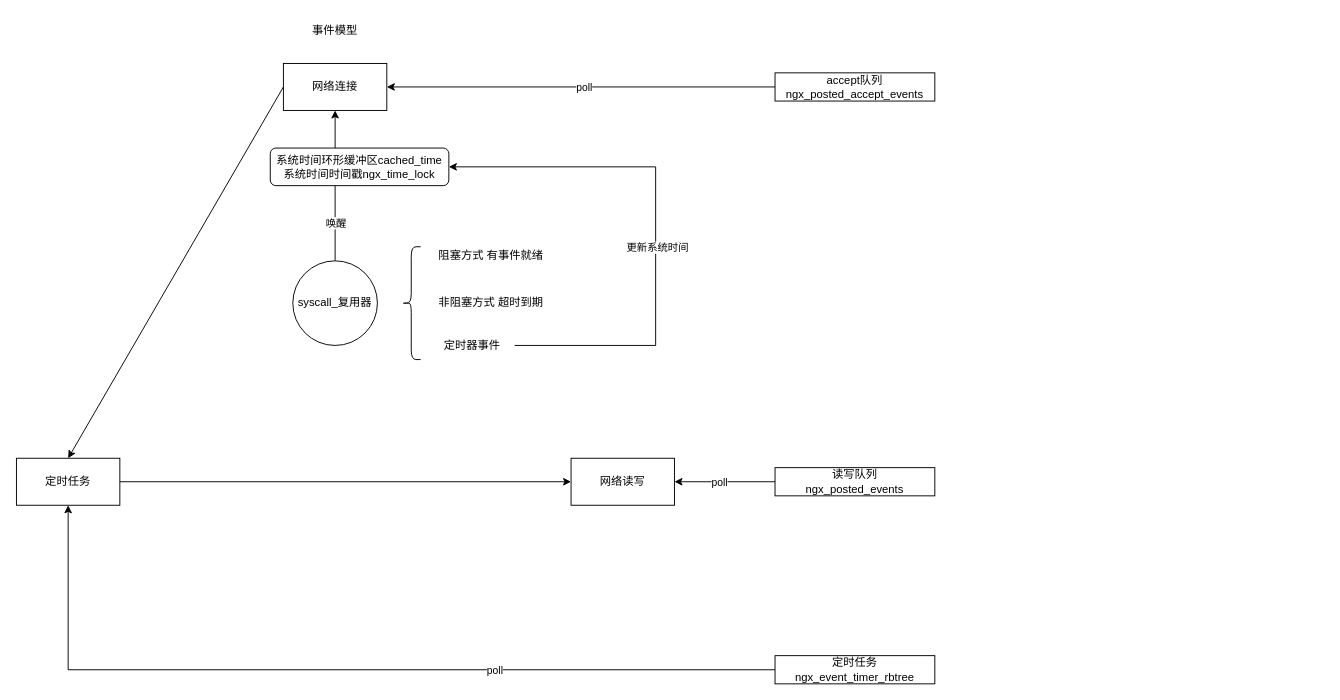
The draw.io diagram my_docs/nginx/event.drawio in Bannirui/Bannirui.github.io, before the edit. Source tidied: cells renumbered, new cells numbered last; positions are measured from the earlier drawing's top-left corner, leaving out a move shared by most shapes. Both pictures are drawn from the tidied source at 94%, with x=0, y=0 at pixel (16, 16).
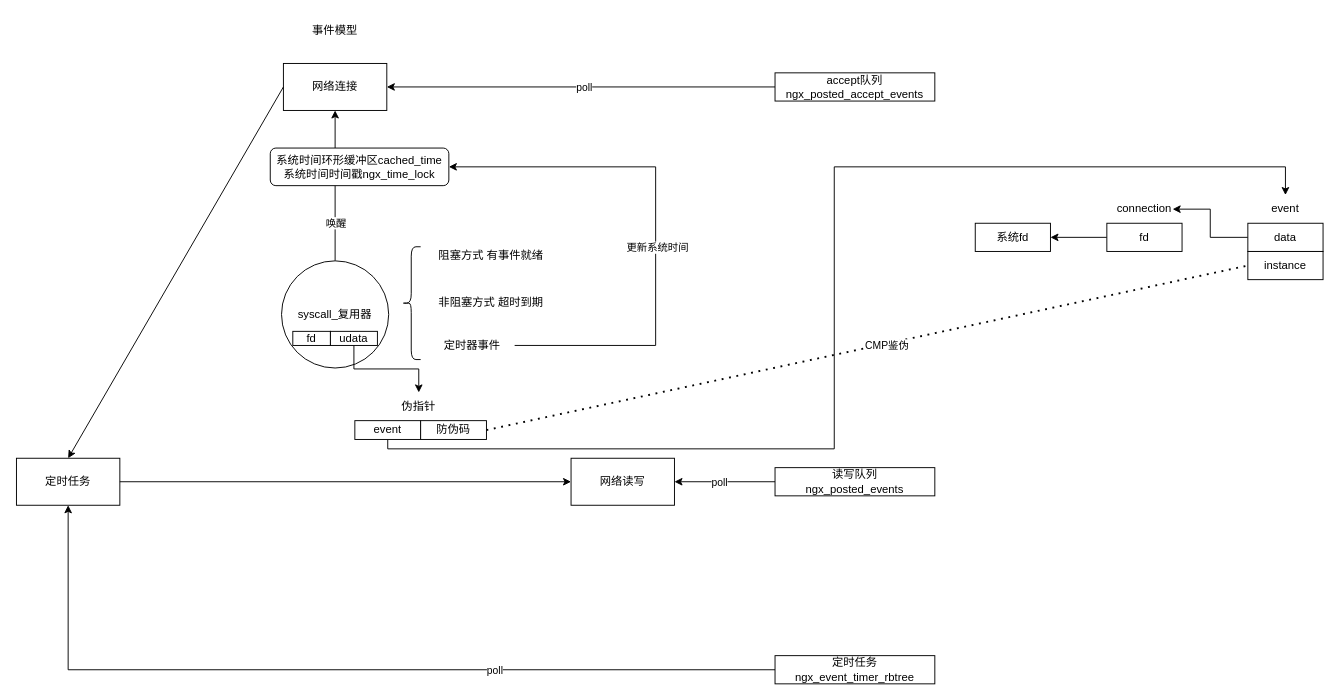
The same page after the edit.

Diff of the diagram source:
```diff
@@
     <mxCell id="8" value="syscall_复用器" style="ellipse;whiteSpace=wrap;html=1;" parent="1" vertex="1">
-      <mxGeometry x="294" y="260" width="90" height="90" as="geometry" />
+      <mxGeometry x="282" y="260" width="114" height="114" as="geometry" />
     </mxCell>
@@
+    <mxCell id="27" style="edgeStyle=orthogonalEdgeStyle;rounded=0;jettySize=auto;html=1;exitX=0;exitY=0.5;exitDx=0;exitDy=0;entryX=1;entryY=0.5;entryDx=0;entryDy=0;" parent="1" edge="1" source="28" target="33">
+      <mxGeometry relative="1" as="geometry" />
+    </mxCell>
+    <mxCell id="28" value="data" style="rounded=0;whiteSpace=wrap;html=1;" parent="1" vertex="1">
+      <mxGeometry x="1310" y="220" width="80" height="30" as="geometry" />
+    </mxCell>
+    <mxCell id="29" value="event" style="text;html=1;align=center;verticalAlign=middle;whiteSpace=wrap;rounded=0;" parent="1" vertex="1">
+      <mxGeometry x="1320" y="190" width="60" height="30" as="geometry" />
+    </mxCell>
+    <mxCell id="30" value="instance" style="rounded=0;whiteSpace=wrap;html=1;" parent="1" vertex="1">
+      <mxGeometry x="1310" y="250" width="80" height="30" as="geometry" />
+    </mxCell>
+    <mxCell id="31" style="edgeStyle=orthogonalEdgeStyle;rounded=0;jettySize=auto;html=1;exitX=0;exitY=0.5;exitDx=0;exitDy=0;entryX=1;entryY=0.5;entryDx=0;entryDy=0;" parent="1" edge="1" source="32" target="34">
+      <mxGeometry relative="1" as="geometry" />
+    </mxCell>
+    <mxCell id="32" value="fd" style="rounded=0;whiteSpace=wrap;html=1;" parent="1" vertex="1">
+      <mxGeometry x="1160" y="220" width="80" height="30" as="geometry" />
+    </mxCell>
+    <mxCell id="33" value="connection" style="text;html=1;align=center;verticalAlign=middle;whiteSpace=wrap;rounded=0;" parent="1" vertex="1">
+      <mxGeometry x="1170" y="190" width="60" height="30" as="geometry" />
+    </mxCell>
+    <mxCell id="34" value="系统fd" style="rounded=0;whiteSpace=wrap;html=1;" parent="1" vertex="1">
+      <mxGeometry x="1020" y="220" width="80" height="30" as="geometry" />
+    </mxCell>
+    <mxCell id="35" value="fd" style="rounded=0;whiteSpace=wrap;html=1;" parent="1" vertex="1">
+      <mxGeometry x="294" y="335" width="40" height="15" as="geometry" />
+    </mxCell>
+    <mxCell id="36" style="edgeStyle=orthogonalEdgeStyle;rounded=0;jettySize=auto;html=1;exitX=0.5;exitY=1;exitDx=0;exitDy=0;entryX=0.5;entryY=0;entryDx=0;entryDy=0;" parent="1" edge="1" source="37" target="41">
+      <mxGeometry relative="1" as="geometry" />
+    </mxCell>
+    <mxCell id="37" value="udata" style="rounded=0;whiteSpace=wrap;html=1;" parent="1" vertex="1">
+      <mxGeometry x="334" y="335" width="50" height="15" as="geometry" />
+    </mxCell>
+    <mxCell id="38" style="edgeStyle=orthogonalEdgeStyle;rounded=0;jettySize=auto;html=1;exitX=0.5;exitY=1;exitDx=0;exitDy=0;" parent="1" edge="1" source="39" target="29">
+      <mxGeometry relative="1" as="geometry">
+        <Array as="points">
+          <mxPoint x="395" y="460" />
+          <mxPoint x="870" y="460" />
+          <mxPoint x="870" y="160" />
+          <mxPoint x="1350" y="160" />
+        </Array>
+      </mxGeometry>
+    </mxCell>
+    <mxCell id="39" value="event" style="rounded=0;whiteSpace=wrap;html=1;" parent="1" vertex="1">
+      <mxGeometry x="360" y="430" width="70" height="20" as="geometry" />
+    </mxCell>
+    <mxCell id="40" value="防伪码" style="rounded=0;whiteSpace=wrap;html=1;" parent="1" vertex="1">
+      <mxGeometry x="430" y="430" width="70" height="20" as="geometry" />
+    </mxCell>
+    <mxCell id="41" value="伪指针" style="text;html=1;align=center;verticalAlign=middle;whiteSpace=wrap;rounded=0;" parent="1" vertex="1">
+      <mxGeometry x="398" y="400" width="60" height="30" as="geometry" />
+    </mxCell>
+    <mxCell id="42" style="endArrow=none;dashed=1;html=1;dashPattern=1 3;strokeWidth=2;rounded=0;exitX=1;exitY=0.5;exitDx=0;exitDy=0;entryX=0;entryY=0.5;entryDx=0;entryDy=0;" parent="1" edge="1" source="40" target="30">
+      <mxGeometry relative="1" as="geometry" />
+    </mxCell>
+    <mxCell id="43" value="CMP鉴伪" style="edgeLabel;html=1;align=center;verticalAlign=middle;" parent="42" vertex="1">
+      <mxGeometry x="0.05" y="-2" relative="1" as="geometry">
+        <mxPoint y="-1" as="offset" />
+      </mxGeometry>
+    </mxCell>
```
